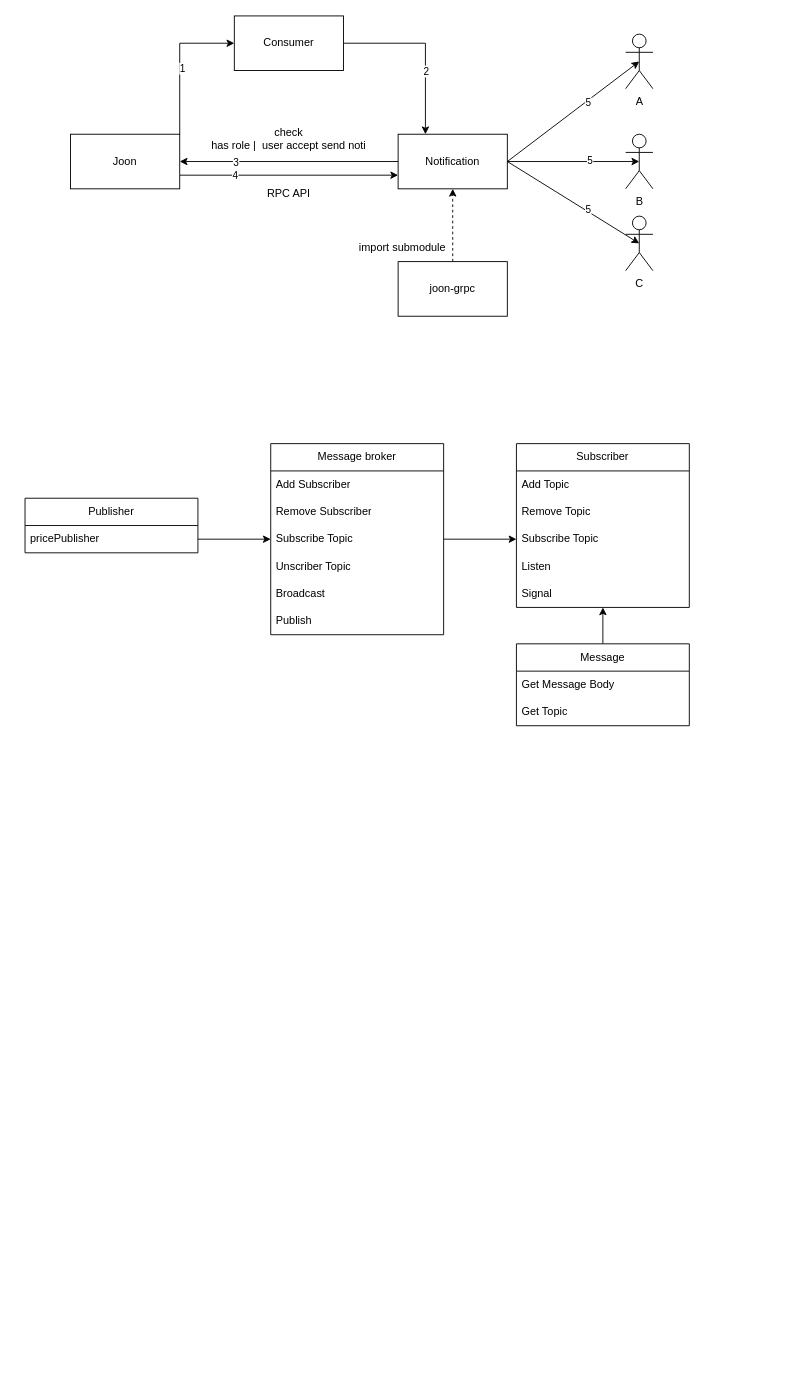
Duchieuctk41/learn_redis keeps this draw.io diagram as Untitled Diagram.drawio. Above is the earlier version. Source tidied: cells renumbered, new cells numbered last; positions are measured from the earlier drawing's top-left corner, leaving out a move shared by most shapes. Both pictures are drawn from the tidied source at 91%, with x=0, y=0 at pixel (6, 15).
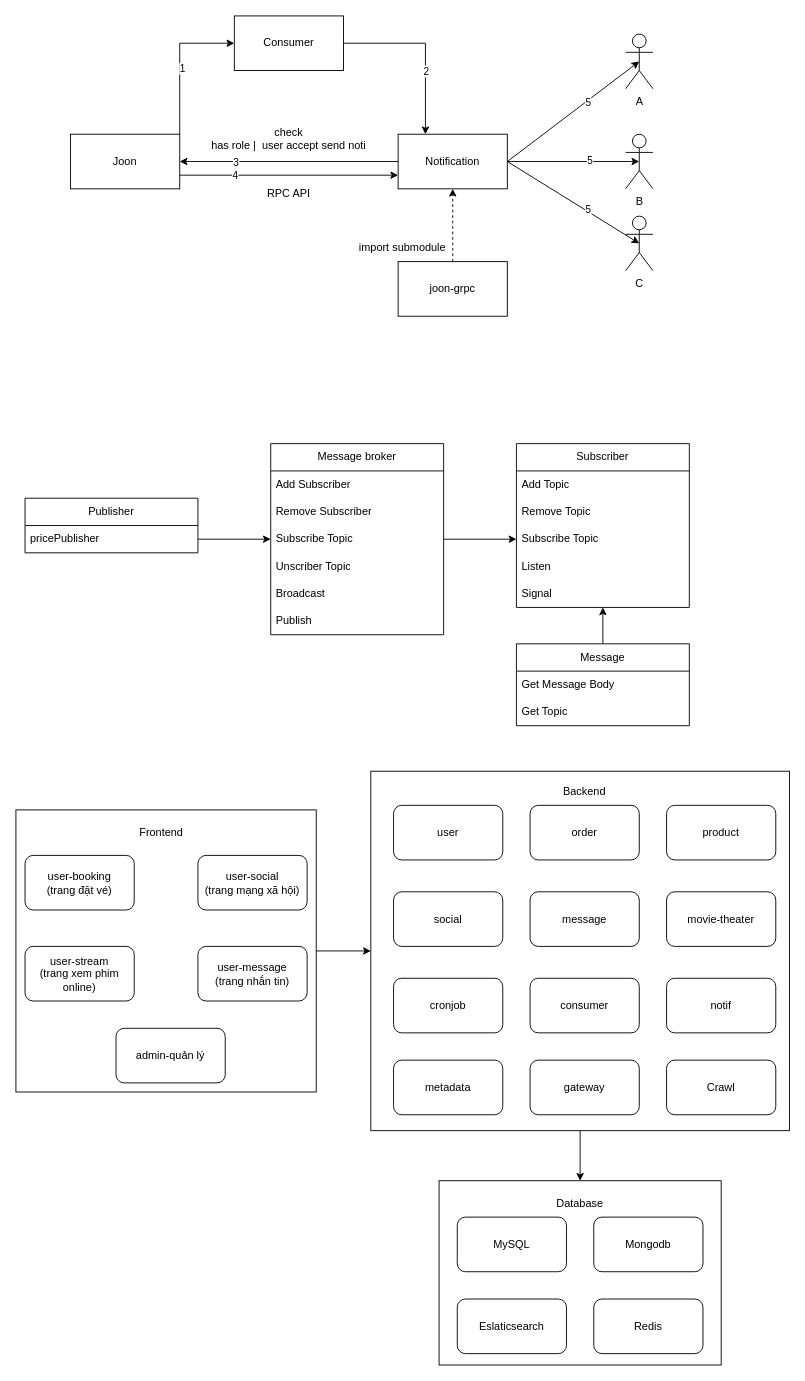
The same diagram, later.

Diff of the diagram source:
```diff
@@
+    <mxCell id="49" style="edgeStyle=orthogonalEdgeStyle;rounded=0;jettySize=auto;html=1;entryX=0.5;entryY=0;entryDx=0;entryDy=0;" parent="1" edge="1" source="50" target="66">
+      <mxGeometry relative="1" as="geometry" />
+    </mxCell>
+    <mxCell id="50" style="rounded=0;whiteSpace=wrap;html=1;" parent="1" vertex="1">
+      <mxGeometry x="400" y="830" width="460" height="395" as="geometry" />
+    </mxCell>
+    <mxCell id="51" style="group;" parent="1" vertex="1">
+      <mxGeometry x="425" y="867.5" width="420" height="340" as="geometry" />
+    </mxCell>
+    <mxCell id="52" value="user" style="rounded=1;whiteSpace=wrap;html=1;" parent="51" vertex="1">
+      <mxGeometry width="120" height="60" as="geometry" />
+    </mxCell>
+    <mxCell id="53" value="order" style="rounded=1;whiteSpace=wrap;html=1;" parent="51" vertex="1">
+      <mxGeometry x="150" width="120" height="60" as="geometry" />
+    </mxCell>
+    <mxCell id="54" value="product" style="rounded=1;whiteSpace=wrap;html=1;" parent="51" vertex="1">
+      <mxGeometry x="300" width="120" height="60" as="geometry" />
+    </mxCell>
+    <mxCell id="55" value="social" style="rounded=1;whiteSpace=wrap;html=1;" parent="51" vertex="1">
+      <mxGeometry y="95" width="120" height="60" as="geometry" />
+    </mxCell>
+    <mxCell id="56" value="message" style="rounded=1;whiteSpace=wrap;html=1;" parent="51" vertex="1">
+      <mxGeometry x="150" y="95" width="120" height="60" as="geometry" />
+    </mxCell>
+    <mxCell id="57" value="movie-theater" style="rounded=1;whiteSpace=wrap;html=1;" parent="51" vertex="1">
+      <mxGeometry x="300" y="95" width="120" height="60" as="geometry" />
+    </mxCell>
+    <mxCell id="58" value="notif" style="rounded=1;whiteSpace=wrap;html=1;" parent="51" vertex="1">
+      <mxGeometry x="300" y="190" width="120" height="60" as="geometry" />
+    </mxCell>
+    <mxCell id="59" value="consumer" style="rounded=1;whiteSpace=wrap;html=1;" parent="51" vertex="1">
+      <mxGeometry x="150" y="190" width="120" height="60" as="geometry" />
+    </mxCell>
+    <mxCell id="60" value="cronjob" style="rounded=1;whiteSpace=wrap;html=1;" parent="51" vertex="1">
+      <mxGeometry y="190" width="120" height="60" as="geometry" />
+    </mxCell>
+    <mxCell id="61" value="metadata" style="rounded=1;whiteSpace=wrap;html=1;" parent="51" vertex="1">
+      <mxGeometry y="280" width="120" height="60" as="geometry" />
+    </mxCell>
+    <mxCell id="62" value="gateway" style="rounded=1;whiteSpace=wrap;html=1;" parent="51" vertex="1">
+      <mxGeometry x="150" y="280" width="120" height="60" as="geometry" />
+    </mxCell>
+    <mxCell id="63" value="Backend" style="text;html=1;strokeColor=none;fillColor=none;align=center;verticalAlign=middle;whiteSpace=wrap;rounded=0;" parent="1" vertex="1">
+      <mxGeometry x="605" y="837.5" width="60" height="30" as="geometry" />
+    </mxCell>
+    <mxCell id="64" value="Crawl" style="rounded=1;whiteSpace=wrap;html=1;" parent="1" vertex="1">
+      <mxGeometry x="725" y="1147.5" width="120" height="60" as="geometry" />
+    </mxCell>
+    <mxCell id="65" style="group;" parent="1" vertex="1">
+      <mxGeometry x="475" y="1280" width="310" height="202.5" as="geometry" />
+    </mxCell>
+    <mxCell id="66" style="rounded=0;whiteSpace=wrap;html=1;" parent="65" vertex="1">
+      <mxGeometry width="310" height="202.5" as="geometry" />
+    </mxCell>
+    <mxCell id="67" value="MySQL" style="rounded=1;whiteSpace=wrap;html=1;" parent="65" vertex="1">
+      <mxGeometry x="20" y="40" width="120" height="60" as="geometry" />
+    </mxCell>
+    <mxCell id="68" value="Mongodb" style="rounded=1;whiteSpace=wrap;html=1;" parent="65" vertex="1">
+      <mxGeometry x="170" y="40" width="120" height="60" as="geometry" />
+    </mxCell>
+    <mxCell id="69" value="Eslaticsearch" style="rounded=1;whiteSpace=wrap;html=1;" parent="65" vertex="1">
+      <mxGeometry x="20" y="130" width="120" height="60" as="geometry" />
+    </mxCell>
+    <mxCell id="70" value="Redis" style="rounded=1;whiteSpace=wrap;html=1;" parent="65" vertex="1">
+      <mxGeometry x="170" y="130" width="120" height="60" as="geometry" />
+    </mxCell>
+    <mxCell id="71" value="Database" style="text;html=1;strokeColor=none;fillColor=none;align=center;verticalAlign=middle;whiteSpace=wrap;rounded=0;" parent="65" vertex="1">
+      <mxGeometry x="125" y="10" width="60" height="30" as="geometry" />
+    </mxCell>
+    <mxCell id="72" style="group;" parent="1" vertex="1">
+      <mxGeometry x="10" y="872.5" width="330" height="310" as="geometry" />
+    </mxCell>
+    <mxCell id="73" style="rounded=0;whiteSpace=wrap;html=1;" parent="72" vertex="1">
+      <mxGeometry width="330" height="310" as="geometry" />
+    </mxCell>
+    <mxCell id="74" value="admin-quản lý" style="rounded=1;whiteSpace=wrap;html=1;" parent="72" vertex="1">
+      <mxGeometry x="110" y="240" width="120" height="60" as="geometry" />
+    </mxCell>
+    <mxCell id="75" value="user-social&lt;br&gt;(trang mạng xã hội)" style="rounded=1;whiteSpace=wrap;html=1;" parent="72" vertex="1">
+      <mxGeometry x="200" y="50" width="120" height="60" as="geometry" />
+    </mxCell>
+    <mxCell id="76" value="user-stream&lt;br&gt;(trang xem phim online)" style="rounded=1;whiteSpace=wrap;html=1;" parent="72" vertex="1">
+      <mxGeometry x="10" y="150" width="120" height="60" as="geometry" />
+    </mxCell>
+    <mxCell id="77" value="user-message&lt;br&gt;(trang nhắn tin)" style="rounded=1;whiteSpace=wrap;html=1;" parent="72" vertex="1">
+      <mxGeometry x="200" y="150" width="120" height="60" as="geometry" />
+    </mxCell>
+    <mxCell id="78" value="user-booking&lt;br&gt;(trang đặt vé)" style="rounded=1;whiteSpace=wrap;html=1;" parent="72" vertex="1">
+      <mxGeometry x="10" y="50" width="120" height="60" as="geometry" />
+    </mxCell>
+    <mxCell id="79" value="Frontend" style="text;html=1;strokeColor=none;fillColor=none;align=center;verticalAlign=middle;whiteSpace=wrap;rounded=0;" parent="72" vertex="1">
+      <mxGeometry x="130" y="10" width="60" height="30" as="geometry" />
+    </mxCell>
+    <mxCell id="80" style="edgeStyle=orthogonalEdgeStyle;rounded=0;jettySize=auto;html=1;entryX=0;entryY=0.5;entryDx=0;entryDy=0;" parent="1" edge="1" source="73" target="50">
+      <mxGeometry relative="1" as="geometry" />
+    </mxCell>
```
